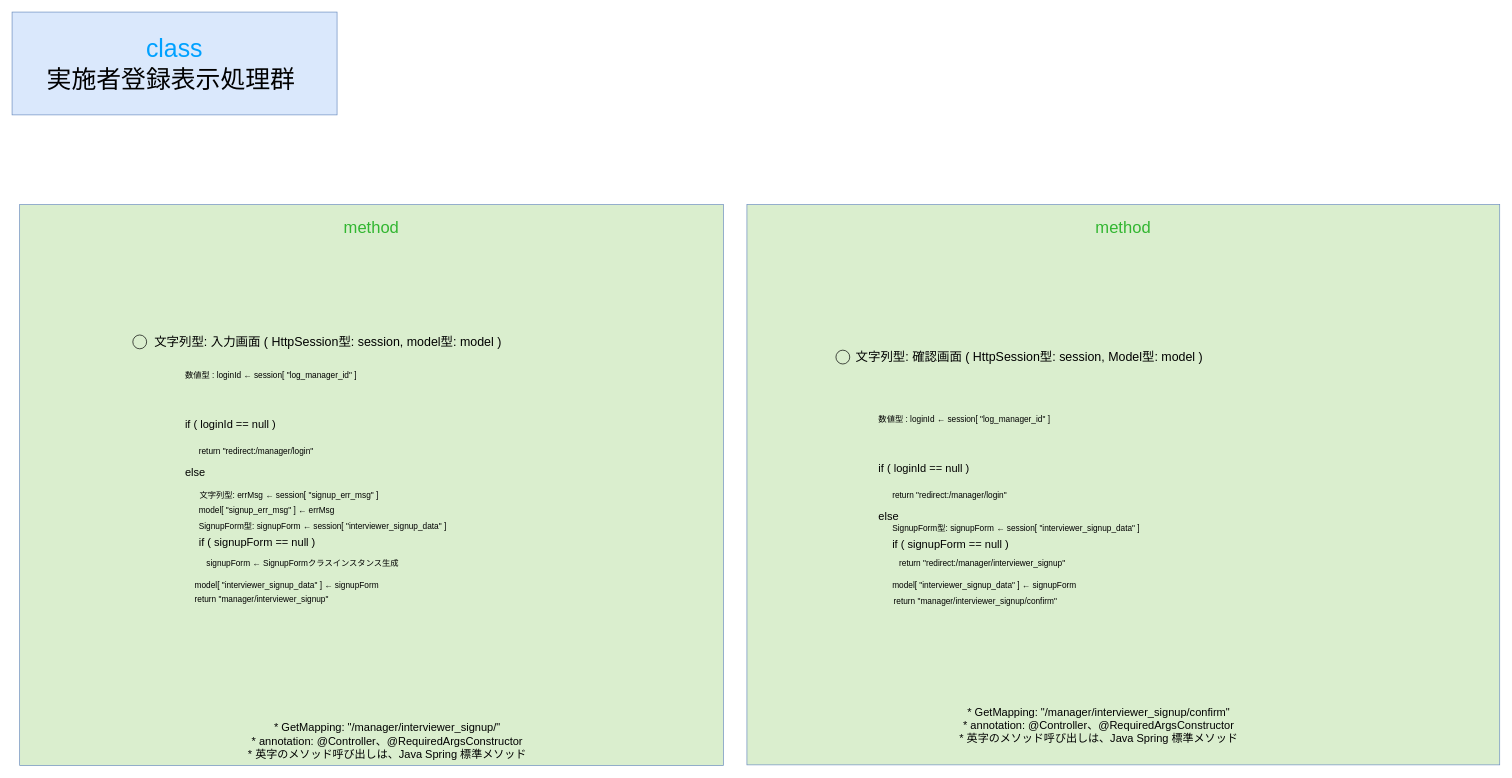
Earlier version of the draw.io diagram gijigengo/controller/view/manager/meeting_reservation_sys controller_view_manager InterviewerSignupViewControllerクラス 疑似言語.drawio (tro319/meeting_reservation_system). Source tidied: cells renumbered, new cells numbered last; positions are measured from the earlier drawing's top-left corner, leaving out a move shared by most shapes. Both pictures are drawn from the tidied source at 69%, with x=0, y=0 at pixel (12, 12).
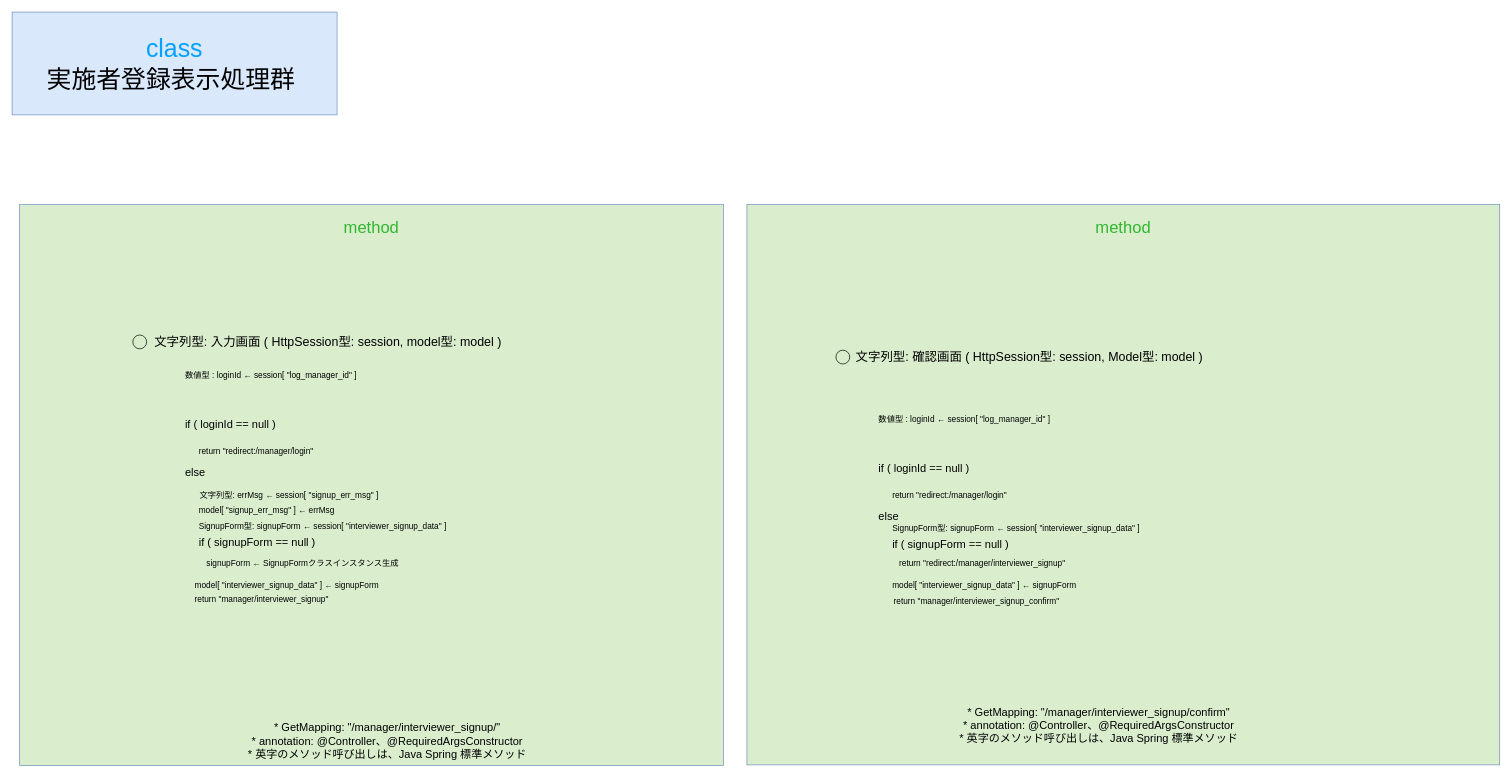
The same diagram, later.

Diff of the diagram source:
```diff
@@
-    <mxCell id="19" value="return &quot;manager/interviewer_signup/confirm&quot;" style="text;html=1;whiteSpace=wrap;strokeColor=none;fillColor=none;align=left;verticalAlign=middle;rounded=0;" parent="1" vertex="1">
+    <mxCell id="19" value="return &quot;manager/interviewer_signup_confirm&quot;" style="text;html=1;whiteSpace=wrap;strokeColor=none;fillColor=none;align=left;verticalAlign=middle;rounded=0;" parent="1" vertex="1">
       <mxGeometry x="1276" y="839" width="590" height="30" as="geometry" />
     </mxCell>
```
